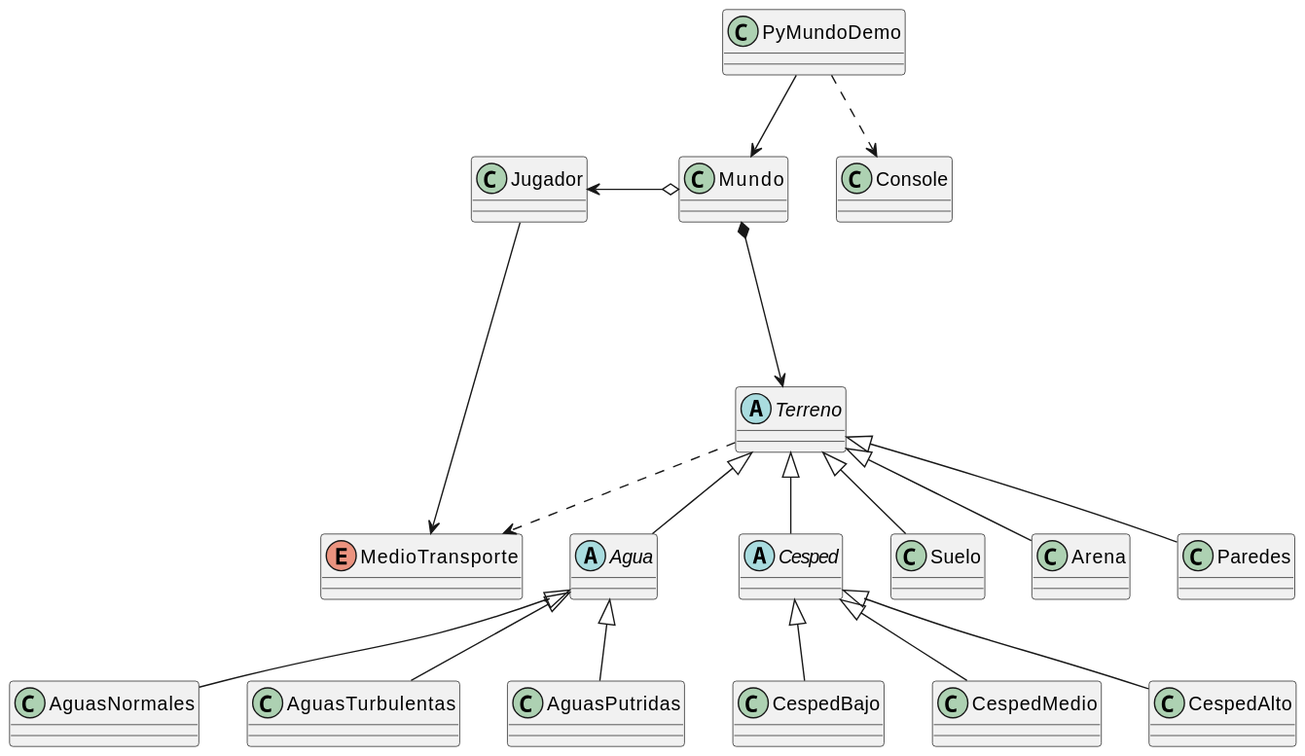
mmasias/fLiskov keeps this PlantUML diagram as images/DdC.svg. Above is the earlier version.
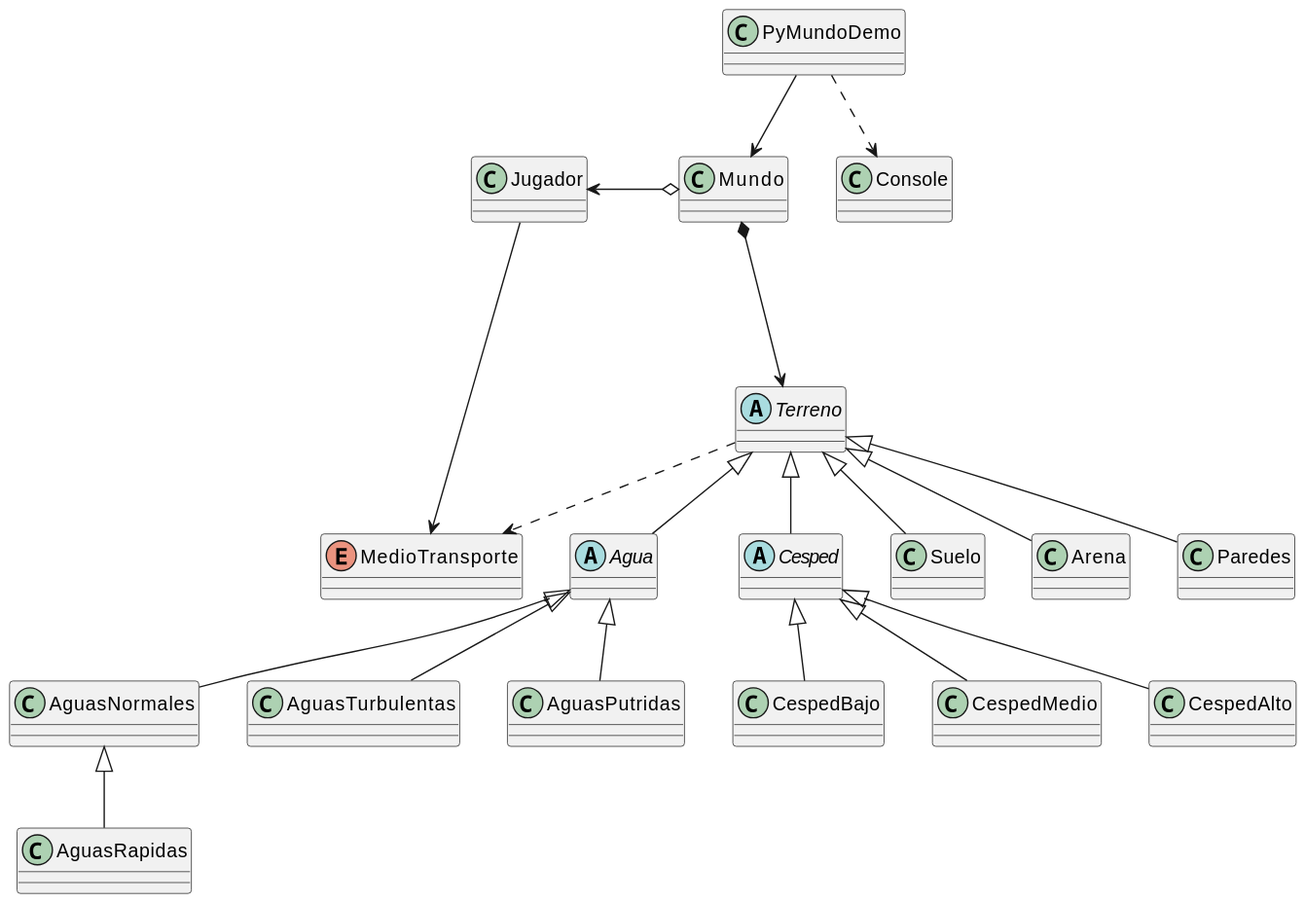
After the commit.

What changed in the source:
```diff
@@ -26,4 +26,5 @@
 AguasNormales -u-|> Agua
 AguasTurbulentas -u-|> Agua
 AguasPutridas -u-|> Agua
+AguasRapidas -u-|> AguasNormales
 @enduml
```
